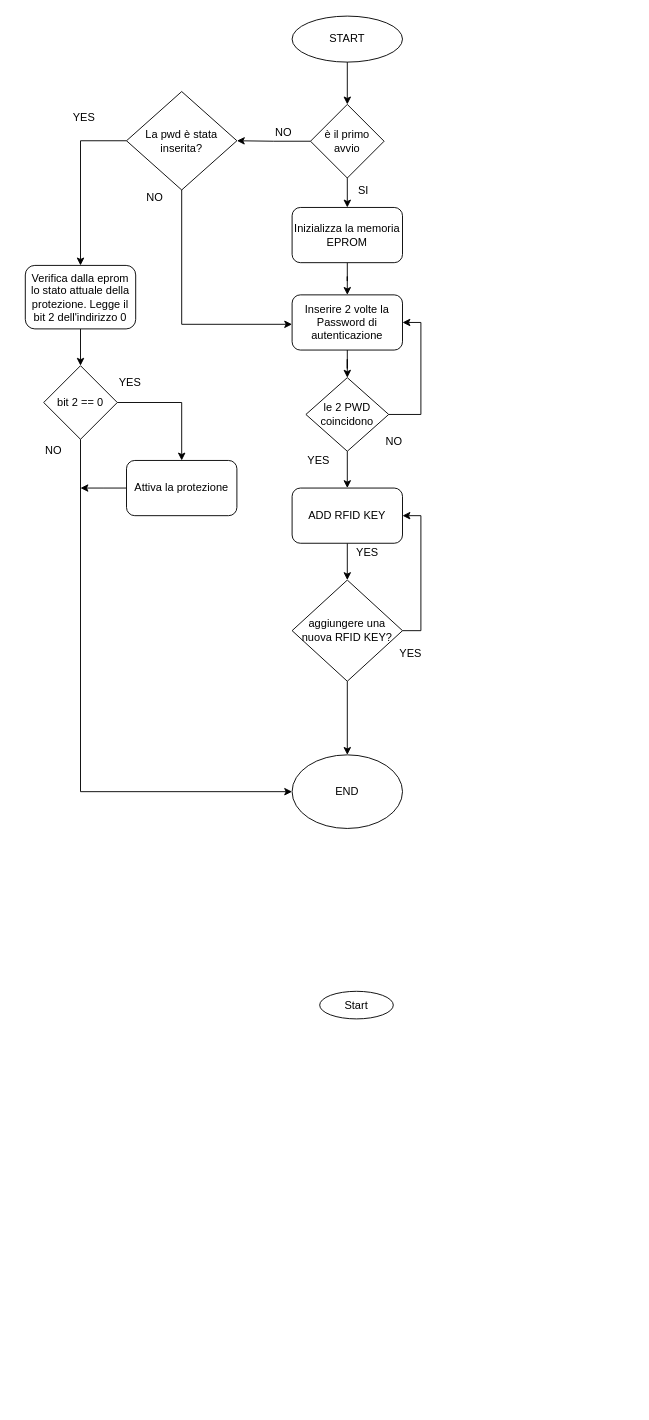
antovar70/CiabattaDomotica keeps this draw.io diagram as ANTIFURTO_MAIN.drawio. Above is the earlier version. Source tidied: cells renumbered, new cells numbered last; positions are measured from the earlier drawing's top-left corner, leaving out a move shared by most shapes. Both pictures are drawn from the tidied source at 92%, with x=0, y=0 at pixel (25, 16).
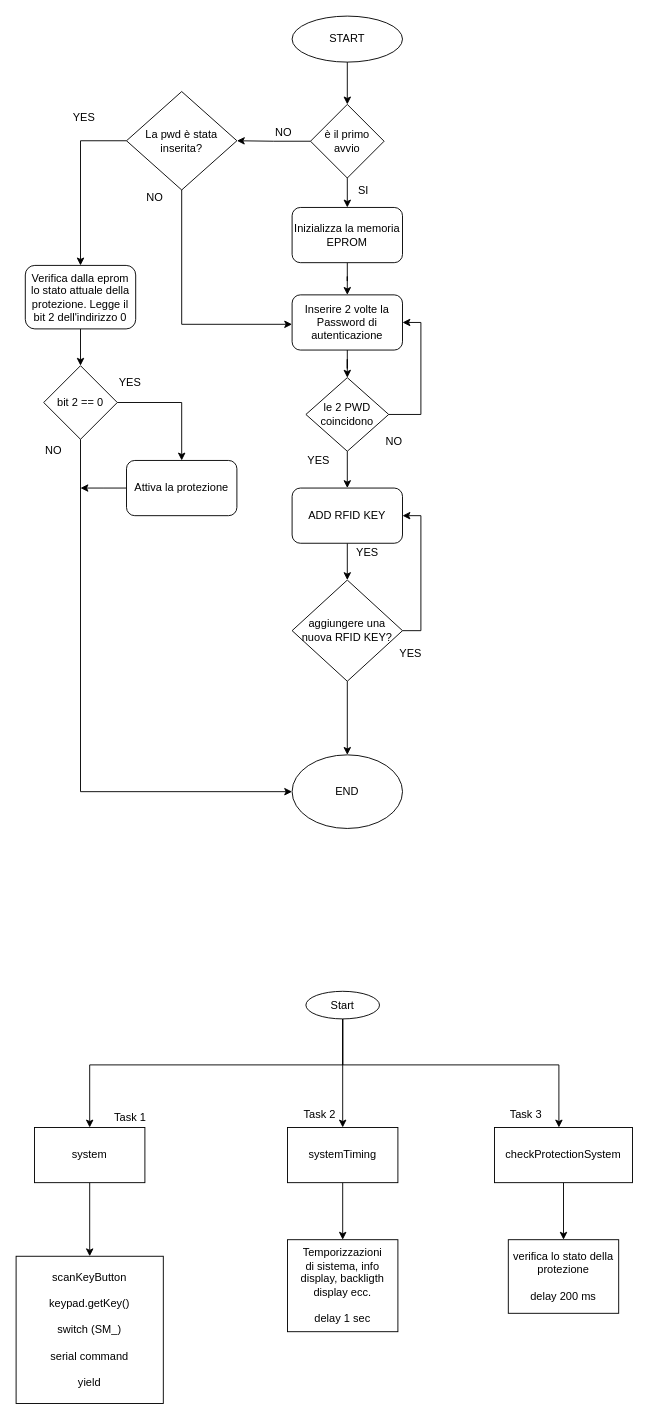
The same page after the edit.

Change to the diagram source:
```diff
@@
+    <mxCell id="42" style="edgeStyle=orthogonalEdgeStyle;rounded=0;jettySize=auto;html=1;exitX=0.5;exitY=1;exitDx=0;exitDy=0;" parent="1" edge="1" source="32" target="50">
+      <mxGeometry relative="1" as="geometry" />
+    </mxCell>
+    <mxCell id="43" style="edgeStyle=orthogonalEdgeStyle;rounded=0;jettySize=auto;html=1;entryX=0.5;entryY=0;entryDx=0;entryDy=0;" parent="1" edge="1" source="32" target="46">
+      <mxGeometry relative="1" as="geometry">
+        <Array as="points">
+          <mxPoint x="345" y="1140" />
+          <mxPoint x="70" y="1140" />
+        </Array>
+      </mxGeometry>
+    </mxCell>
+    <mxCell id="44" style="edgeStyle=orthogonalEdgeStyle;rounded=0;jettySize=auto;html=1;" parent="1" edge="1" source="32" target="48">
+      <mxGeometry relative="1" as="geometry">
+        <Array as="points">
+          <mxPoint x="345" y="1140" />
+          <mxPoint x="580" y="1140" />
+        </Array>
+      </mxGeometry>
+    </mxCell>
     <mxCell id="32" value="Start" style="ellipse;" parent="1" vertex="1">
-      <mxGeometry x="320" y="1060" width="80" height="30" as="geometry" />
+      <mxGeometry x="305" y="1060" width="80" height="30" as="geometry" />
     </mxCell>
@@
+    <mxCell id="45" style="edgeStyle=orthogonalEdgeStyle;rounded=0;jettySize=auto;html=1;" parent="1" edge="1" source="46" target="54">
+      <mxGeometry relative="1" as="geometry" />
+    </mxCell>
+    <mxCell id="46" value="system" style="rounded=0;whiteSpace=wrap;html=1;" parent="1" vertex="1">
+      <mxGeometry x="10" y="1208" width="120" height="60" as="geometry" />
+    </mxCell>
+    <mxCell id="47" style="edgeStyle=orthogonalEdgeStyle;rounded=0;jettySize=auto;html=1;entryX=0.5;entryY=0;entryDx=0;entryDy=0;" parent="1" edge="1" source="48" target="56">
+      <mxGeometry relative="1" as="geometry" />
+    </mxCell>
+    <mxCell id="48" value="checkProtectionSystem" style="rounded=0;whiteSpace=wrap;html=1;" parent="1" vertex="1">
+      <mxGeometry x="510" y="1208" width="150" height="60" as="geometry" />
+    </mxCell>
+    <mxCell id="49" style="edgeStyle=orthogonalEdgeStyle;rounded=0;jettySize=auto;html=1;" parent="1" edge="1" source="50" target="55">
+      <mxGeometry relative="1" as="geometry" />
+    </mxCell>
+    <mxCell id="50" value="systemTiming" style="rounded=0;whiteSpace=wrap;html=1;" parent="1" vertex="1">
+      <mxGeometry x="285" y="1208" width="120" height="60" as="geometry" />
+    </mxCell>
+    <mxCell id="51" value="Task 1" style="text;html=1;align=left;verticalAlign=top;spacingTop=-4;" parent="1" vertex="1">
+      <mxGeometry x="95" y="1188" width="50" height="20" as="geometry" />
+    </mxCell>
+    <mxCell id="52" value="Task 2" style="text;html=1;align=left;verticalAlign=top;spacingTop=-4;" parent="1" vertex="1">
+      <mxGeometry x="301" y="1184" width="50" height="20" as="geometry" />
+    </mxCell>
+    <mxCell id="53" value="Task 3" style="text;html=1;align=left;verticalAlign=top;spacingTop=-4;" parent="1" vertex="1">
+      <mxGeometry x="525" y="1184" width="50" height="20" as="geometry" />
+    </mxCell>
+    <mxCell id="54" value="&lt;div&gt;scanKeyButton&lt;/div&gt;&lt;div&gt;&lt;br&gt;&lt;/div&gt;&lt;div&gt;keypad.getKey()&lt;/div&gt;&lt;div&gt;&lt;br&gt;&lt;/div&gt;&lt;div&gt;switch (SM_)&lt;/div&gt;&lt;div&gt;&lt;br&gt;&lt;/div&gt;&lt;div&gt;serial command&lt;br&gt;&lt;/div&gt;&lt;div&gt;&lt;br&gt;&lt;/div&gt;&lt;div&gt;yield&lt;/div&gt;" style="whiteSpace=wrap;html=1;" parent="1" vertex="1">
+      <mxGeometry x="-10" y="1348" width="160" height="160" as="geometry" />
+    </mxCell>
+    <mxCell id="55" value="&lt;div&gt;Temporizzazioni &lt;br&gt;&lt;/div&gt;&lt;div&gt;di sistema, info display, backligth display ecc.&lt;br&gt;&lt;/div&gt;&lt;div&gt;&lt;br&gt;&lt;/div&gt;delay 1 sec " style="rounded=0;whiteSpace=wrap;html=1;" parent="1" vertex="1">
+      <mxGeometry x="285" y="1330" width="120" height="100" as="geometry" />
+    </mxCell>
+    <mxCell id="56" value="&lt;div&gt;verifica lo stato della &lt;br&gt;&lt;/div&gt;&lt;div&gt;protezione&lt;br&gt;&lt;/div&gt;&lt;div&gt;&lt;br&gt;&lt;/div&gt;&lt;div&gt;delay 200 ms &lt;/div&gt;" style="rounded=0;whiteSpace=wrap;html=1;" parent="1" vertex="1">
+      <mxGeometry x="525" y="1330" width="120" height="80" as="geometry" />
+    </mxCell>
```
